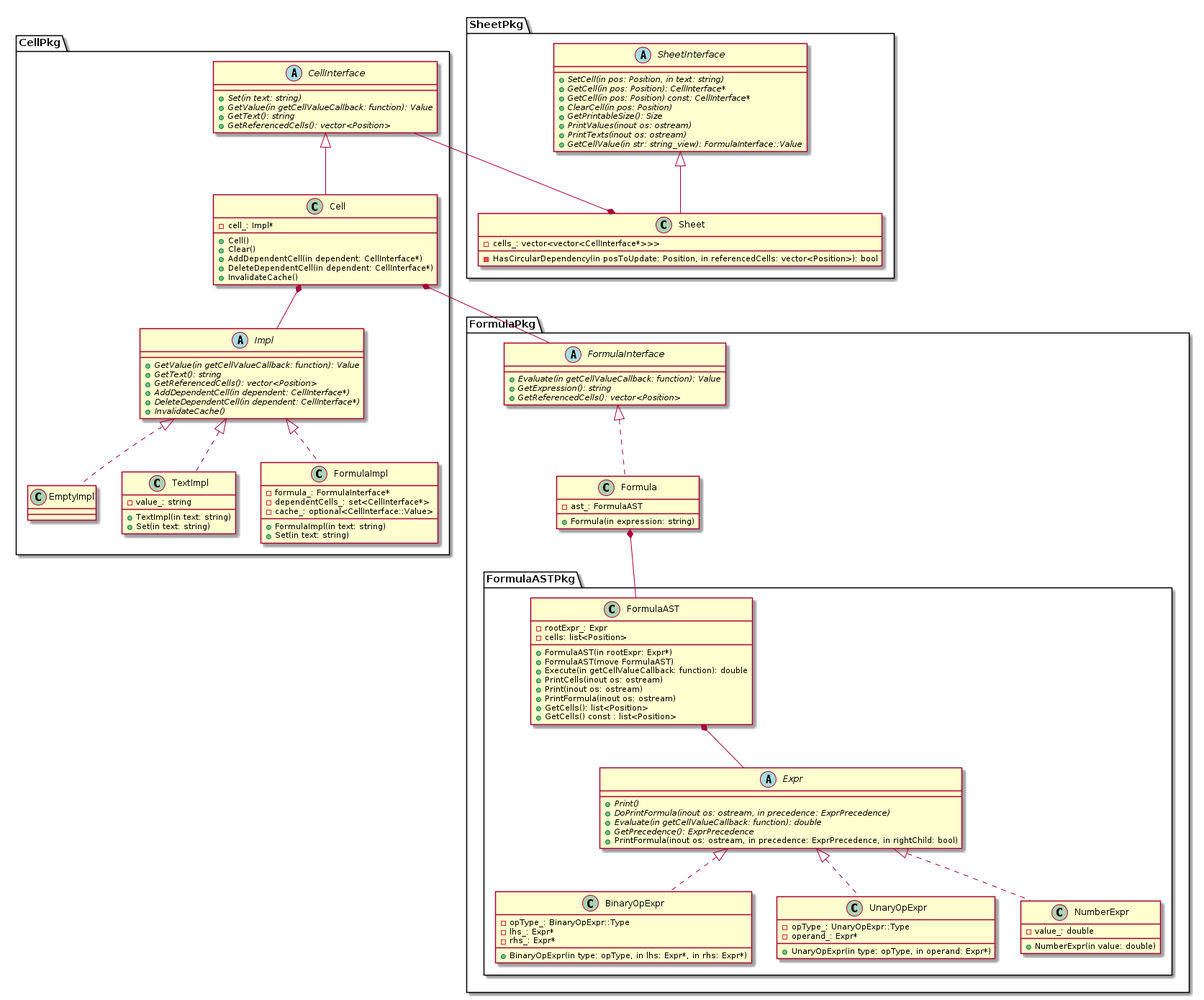
The PlantUML diagram uml/png/table.png in kazarynau/YandexPraktikumFinal, before a commit.
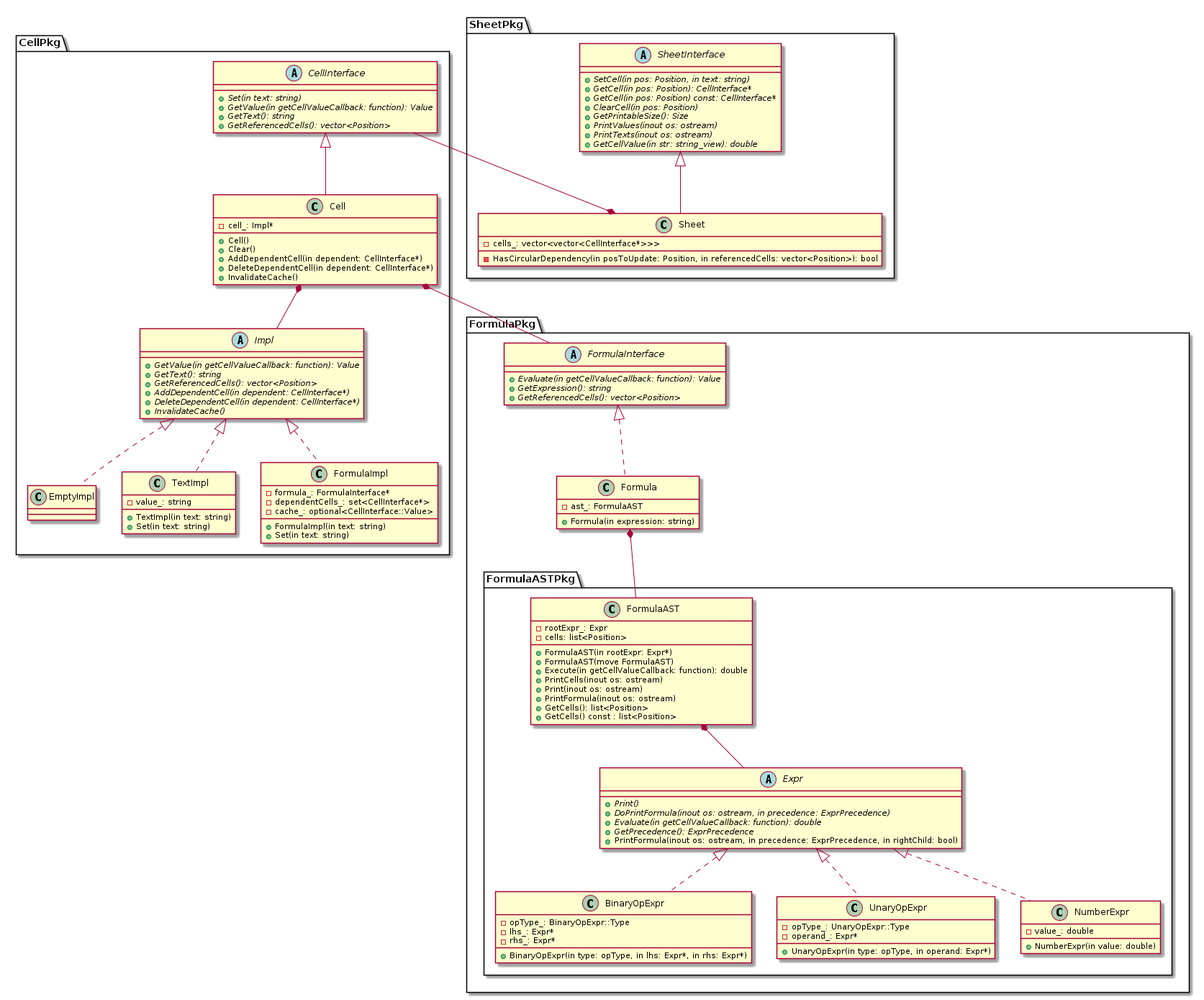
After the change.

Commit message:
GetCellValue callback returns double

Diff of the diagram source:
```diff
@@ -64,7 +64,7 @@
     +{abstract} GetPrintableSize(): Size
     +{abstract} PrintValues(inout os: ostream)
     +{abstract} PrintTexts(inout os: ostream)
-    +{abstract} GetCellValue(in str: string_view): FormulaInterface::Value
+    +{abstract} GetCellValue(in str: string_view): double
 }
 
 class Sheet {
```
